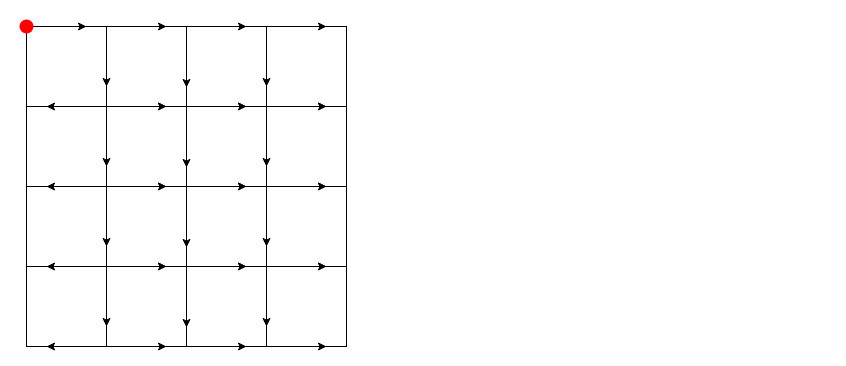
Above: TCCL/MESH_REDUCE.drawio in BEYHHH/SBLP (draw.io), before the change. Source tidied: cells renumbered, new cells numbered last; positions are measured from the earlier drawing's top-left corner, leaving out a move shared by most shapes. Both pictures are drawn from the tidied source at 100%, with x=0, y=0 at pixel (16, 16).
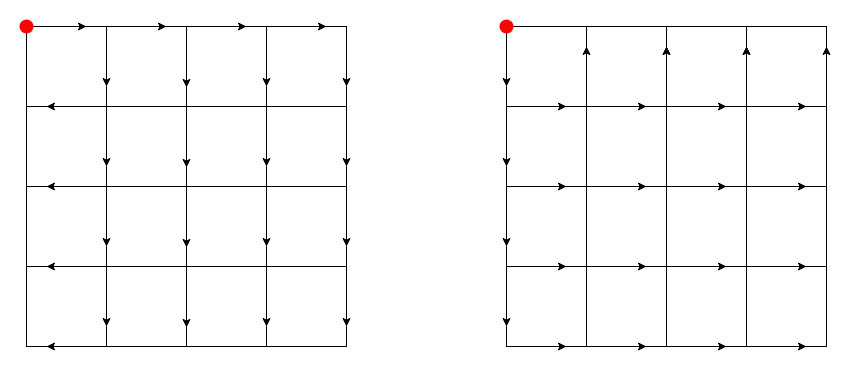
Above is the later version.

The change refers to these unchanged cells:
```xml
<mxCell id="17" style="rounded=0;whiteSpace=wrap;html=1;" parent="1" vertex="1">
  <mxGeometry x="90" y="90" width="80" height="80" as="geometry" />
</mxCell>
<mxCell id="20" style="rounded=0;whiteSpace=wrap;html=1;" parent="1" vertex="1">
  <mxGeometry x="170" y="90" width="80" height="80" as="geometry" />
</mxCell>
<mxCell id="23" style="rounded=0;whiteSpace=wrap;html=1;" parent="1" vertex="1">
  <mxGeometry x="250" y="90" width="80" height="80" as="geometry" />
</mxCell>
<mxCell id="30" style="rounded=0;whiteSpace=wrap;html=1;" parent="1" vertex="1">
  <mxGeometry x="90" y="170" width="80" height="80" as="geometry" />
</mxCell>
<mxCell id="33" style="rounded=0;whiteSpace=wrap;html=1;" parent="1" vertex="1">
  <mxGeometry x="170" y="170" width="80" height="80" as="geometry" />
</mxCell>
<mxCell id="36" style="rounded=0;whiteSpace=wrap;html=1;" parent="1" vertex="1">
  <mxGeometry x="250" y="170" width="80" height="80" as="geometry" />
</mxCell>
<mxCell id="43" style="rounded=0;whiteSpace=wrap;html=1;" parent="1" vertex="1">
  <mxGeometry x="90" y="250" width="80" height="80" as="geometry" />
</mxCell>
<mxCell id="46" style="rounded=0;whiteSpace=wrap;html=1;" parent="1" vertex="1">
  <mxGeometry x="170" y="250" width="80" height="80" as="geometry" />
</mxCell>
<mxCell id="49" style="rounded=0;whiteSpace=wrap;html=1;" parent="1" vertex="1">
  <mxGeometry x="250" y="250" width="80" height="80" as="geometry" />
</mxCell>
```

What changed in the source:
```diff
@@
-    <mxCell id="6" style="endArrow=classic;html=1;rounded=0;entryX=0.75;entryY=0;entryDx=0;entryDy=0;exitX=0.25;exitY=0;exitDx=0;exitDy=0;" parent="1" edge="1">
-      <mxGeometry relative="1" as="geometry">
-        <mxPoint x="110" y="90" as="sourcePoint" />
-        <mxPoint x="150" y="90" as="targetPoint" />
-      </mxGeometry>
-    </mxCell>
@@
-    <mxCell id="9" style="endArrow=classic;html=1;rounded=0;entryX=0.75;entryY=0;entryDx=0;entryDy=0;exitX=0.25;exitY=0;exitDx=0;exitDy=0;" parent="1" edge="1">
-      <mxGeometry relative="1" as="geometry">
-        <mxPoint x="190" y="90" as="sourcePoint" />
-        <mxPoint x="230" y="90" as="targetPoint" />
-      </mxGeometry>
-    </mxCell>
@@
-    <mxCell id="12" style="endArrow=classic;html=1;rounded=0;entryX=0.75;entryY=0;entryDx=0;entryDy=0;exitX=0.25;exitY=0;exitDx=0;exitDy=0;" parent="1" edge="1">
-      <mxGeometry relative="1" as="geometry">
-        <mxPoint x="270" y="90" as="sourcePoint" />
-        <mxPoint x="310" y="90" as="targetPoint" />
-      </mxGeometry>
-    </mxCell>
@@
-    <mxCell id="18" style="endArrow=classic;html=1;rounded=0;entryX=0.75;entryY=0;entryDx=0;entryDy=0;exitX=0.25;exitY=0;exitDx=0;exitDy=0;" parent="1" edge="1" source="17" target="17">
-      <mxGeometry relative="1" as="geometry" />
-    </mxCell>
-    <mxCell id="19" style="endArrow=classic;html=1;rounded=0;entryX=0.75;entryY=0;entryDx=0;entryDy=0;exitX=0.25;exitY=0;exitDx=0;exitDy=0;" parent="1" edge="1">
-      <mxGeometry relative="1" as="geometry">
-        <mxPoint x="110" y="170" as="sourcePoint" />
-        <mxPoint x="150" y="170" as="targetPoint" />
-      </mxGeometry>
-    </mxCell>
@@
-    <mxCell id="21" style="endArrow=classic;html=1;rounded=0;entryX=0.75;entryY=0;entryDx=0;entryDy=0;exitX=0.25;exitY=0;exitDx=0;exitDy=0;" parent="1" edge="1" source="20" target="20">
-      <mxGeometry relative="1" as="geometry" />
-    </mxCell>
-    <mxCell id="22" style="endArrow=classic;html=1;rounded=0;entryX=0.75;entryY=0;entryDx=0;entryDy=0;exitX=0.25;exitY=0;exitDx=0;exitDy=0;" parent="1" edge="1">
-      <mxGeometry relative="1" as="geometry">
-        <mxPoint x="190" y="170" as="sourcePoint" />
-        <mxPoint x="230" y="170" as="targetPoint" />
-      </mxGeometry>
-    </mxCell>
@@
-    <mxCell id="24" style="endArrow=classic;html=1;rounded=0;entryX=0.75;entryY=0;entryDx=0;entryDy=0;exitX=0.25;exitY=0;exitDx=0;exitDy=0;" parent="1" edge="1" source="23" target="23">
-      <mxGeometry relative="1" as="geometry" />
-    </mxCell>
-    <mxCell id="25" style="endArrow=classic;html=1;rounded=0;entryX=0.75;entryY=0;entryDx=0;entryDy=0;exitX=0.25;exitY=0;exitDx=0;exitDy=0;" parent="1" edge="1">
-      <mxGeometry relative="1" as="geometry">
-        <mxPoint x="270" y="170" as="sourcePoint" />
-        <mxPoint x="310" y="170" as="targetPoint" />
-      </mxGeometry>
-    </mxCell>
@@
-    <mxCell id="31" style="endArrow=classic;html=1;rounded=0;entryX=0.75;entryY=0;entryDx=0;entryDy=0;exitX=0.25;exitY=0;exitDx=0;exitDy=0;" parent="1" edge="1" source="30" target="30">
-      <mxGeometry relative="1" as="geometry" />
-    </mxCell>
-    <mxCell id="32" style="endArrow=classic;html=1;rounded=0;entryX=0.75;entryY=0;entryDx=0;entryDy=0;exitX=0.25;exitY=0;exitDx=0;exitDy=0;" parent="1" edge="1">
-      <mxGeometry relative="1" as="geometry">
-        <mxPoint x="110" y="250" as="sourcePoint" />
-        <mxPoint x="150" y="250" as="targetPoint" />
-      </mxGeometry>
-    </mxCell>
@@
-    <mxCell id="34" style="endArrow=classic;html=1;rounded=0;entryX=0.75;entryY=0;entryDx=0;entryDy=0;exitX=0.25;exitY=0;exitDx=0;exitDy=0;" parent="1" edge="1" source="33" target="33">
-      <mxGeometry relative="1" as="geometry" />
-    </mxCell>
-    <mxCell id="35" style="endArrow=classic;html=1;rounded=0;entryX=0.75;entryY=0;entryDx=0;entryDy=0;exitX=0.25;exitY=0;exitDx=0;exitDy=0;" parent="1" edge="1">
-      <mxGeometry relative="1" as="geometry">
-        <mxPoint x="190" y="250" as="sourcePoint" />
-        <mxPoint x="230" y="250" as="targetPoint" />
-      </mxGeometry>
-    </mxCell>
@@
-    <mxCell id="37" style="endArrow=classic;html=1;rounded=0;entryX=0.75;entryY=0;entryDx=0;entryDy=0;exitX=0.25;exitY=0;exitDx=0;exitDy=0;" parent="1" edge="1" source="36" target="36">
-      <mxGeometry relative="1" as="geometry" />
-    </mxCell>
-    <mxCell id="38" style="endArrow=classic;html=1;rounded=0;entryX=0.75;entryY=0;entryDx=0;entryDy=0;exitX=0.25;exitY=0;exitDx=0;exitDy=0;" parent="1" edge="1">
-      <mxGeometry relative="1" as="geometry">
-        <mxPoint x="270" y="250" as="sourcePoint" />
-        <mxPoint x="310" y="250" as="targetPoint" />
-      </mxGeometry>
-    </mxCell>
@@
-    <mxCell id="44" style="endArrow=classic;html=1;rounded=0;entryX=0.75;entryY=0;entryDx=0;entryDy=0;exitX=0.25;exitY=0;exitDx=0;exitDy=0;" parent="1" edge="1" source="43" target="43">
-      <mxGeometry relative="1" as="geometry" />
-    </mxCell>
-    <mxCell id="45" style="endArrow=classic;html=1;rounded=0;entryX=0.75;entryY=0;entryDx=0;entryDy=0;exitX=0.25;exitY=0;exitDx=0;exitDy=0;" parent="1" edge="1">
-      <mxGeometry relative="1" as="geometry">
-        <mxPoint x="110" y="330" as="sourcePoint" />
-        <mxPoint x="150" y="330" as="targetPoint" />
-      </mxGeometry>
-    </mxCell>
@@
-    <mxCell id="47" style="endArrow=classic;html=1;rounded=0;entryX=0.75;entryY=0;entryDx=0;entryDy=0;exitX=0.25;exitY=0;exitDx=0;exitDy=0;" parent="1" edge="1" source="46" target="46">
-      <mxGeometry relative="1" as="geometry" />
-    </mxCell>
-    <mxCell id="48" style="endArrow=classic;html=1;rounded=0;entryX=0.75;entryY=0;entryDx=0;entryDy=0;exitX=0.25;exitY=0;exitDx=0;exitDy=0;" parent="1" edge="1">
-      <mxGeometry relative="1" as="geometry">
-        <mxPoint x="190" y="330" as="sourcePoint" />
-        <mxPoint x="230" y="330" as="targetPoint" />
-      </mxGeometry>
-    </mxCell>
@@
-    <mxCell id="50" style="endArrow=classic;html=1;rounded=0;entryX=0.75;entryY=0;entryDx=0;entryDy=0;exitX=0.25;exitY=0;exitDx=0;exitDy=0;" parent="1" edge="1" source="49" target="49">
-      <mxGeometry relative="1" as="geometry" />
-    </mxCell>
-    <mxCell id="51" style="endArrow=classic;html=1;rounded=0;entryX=0.75;entryY=0;entryDx=0;entryDy=0;exitX=0.25;exitY=0;exitDx=0;exitDy=0;" parent="1" edge="1">
-      <mxGeometry relative="1" as="geometry">
-        <mxPoint x="270" y="330" as="sourcePoint" />
-        <mxPoint x="310" y="330" as="targetPoint" />
-      </mxGeometry>
-    </mxCell>
@@
+    <mxCell id="60" style="rounded=0;whiteSpace=wrap;html=1;" parent="1" vertex="1">
+      <mxGeometry x="490" y="10" width="80" height="80" as="geometry" />
+    </mxCell>
+    <mxCell id="61" style="shape=waypoint;sketch=0;fillStyle=solid;size=6;fillColor=#FF0000;perimeter=centerPerimeter;strokeColor=#FF0000;strokeWidth=5;" parent="1" vertex="1">
+      <mxGeometry x="480" width="20" height="20" as="geometry" />
+    </mxCell>
+    <mxCell id="62" style="rounded=0;whiteSpace=wrap;html=1;" parent="1" vertex="1">
+      <mxGeometry x="570" y="10" width="80" height="80" as="geometry" />
+    </mxCell>
+    <mxCell id="63" style="rounded=0;whiteSpace=wrap;html=1;" parent="1" vertex="1">
+      <mxGeometry x="650" y="10" width="80" height="80" as="geometry" />
+    </mxCell>
+    <mxCell id="64" style="rounded=0;whiteSpace=wrap;html=1;" parent="1" vertex="1">
+      <mxGeometry x="730" y="10" width="80" height="80" as="geometry" />
+    </mxCell>
+    <mxCell id="65" style="endArrow=classic;html=1;rounded=0;entryX=0;entryY=0.75;entryDx=0;entryDy=0;exitX=0;exitY=0.25;exitDx=0;exitDy=0;" parent="1" edge="1" source="60" target="60">
+      <mxGeometry relative="1" as="geometry" />
+    </mxCell>
+    <mxCell id="66" style="endArrow=classic;html=1;rounded=0;entryX=1;entryY=0.25;entryDx=0;entryDy=0;exitX=1;exitY=0.75;exitDx=0;exitDy=0;" parent="1" edge="1" source="60" target="60">
+      <mxGeometry relative="1" as="geometry" />
+    </mxCell>
+    <mxCell id="67" style="endArrow=classic;html=1;rounded=0;entryX=1;entryY=0.25;entryDx=0;entryDy=0;exitX=1;exitY=0.75;exitDx=0;exitDy=0;" parent="1" edge="1" source="62" target="62">
+      <mxGeometry relative="1" as="geometry" />
+    </mxCell>
+    <mxCell id="68" style="endArrow=classic;html=1;rounded=0;entryX=1;entryY=0.25;entryDx=0;entryDy=0;exitX=1;exitY=0.75;exitDx=0;exitDy=0;" parent="1" edge="1">
+      <mxGeometry relative="1" as="geometry">
+        <mxPoint x="650" y="70" as="sourcePoint" />
+        <mxPoint x="650" y="30" as="targetPoint" />
+      </mxGeometry>
+    </mxCell>
+    <mxCell id="69" style="endArrow=classic;html=1;rounded=0;entryX=1;entryY=0.25;entryDx=0;entryDy=0;exitX=1;exitY=0.75;exitDx=0;exitDy=0;" parent="1" edge="1" source="63" target="63">
+      <mxGeometry relative="1" as="geometry" />
+    </mxCell>
+    <mxCell id="70" style="endArrow=classic;html=1;rounded=0;entryX=1;entryY=0.25;entryDx=0;entryDy=0;exitX=1;exitY=0.75;exitDx=0;exitDy=0;" parent="1" edge="1">
+      <mxGeometry relative="1" as="geometry">
+        <mxPoint x="730" y="70" as="sourcePoint" />
+        <mxPoint x="730" y="30" as="targetPoint" />
+      </mxGeometry>
+    </mxCell>
+    <mxCell id="71" style="endArrow=classic;html=1;rounded=0;entryX=1;entryY=0.25;entryDx=0;entryDy=0;exitX=1;exitY=0.75;exitDx=0;exitDy=0;" parent="1" edge="1" source="64" target="64">
+      <mxGeometry relative="1" as="geometry" />
+    </mxCell>
+    <mxCell id="72" style="rounded=0;whiteSpace=wrap;html=1;" parent="1" vertex="1">
+      <mxGeometry x="570" y="170" width="80" height="80" as="geometry" />
+    </mxCell>
+    <mxCell id="73" style="rounded=0;whiteSpace=wrap;html=1;" parent="1" vertex="1">
+      <mxGeometry x="650" y="170" width="80" height="80" as="geometry" />
+    </mxCell>
+    <mxCell id="74" style="rounded=0;whiteSpace=wrap;html=1;" parent="1" vertex="1">
+      <mxGeometry x="730" y="170" width="80" height="80" as="geometry" />
+    </mxCell>
+    <mxCell id="75" style="rounded=0;whiteSpace=wrap;html=1;" parent="1" vertex="1">
+      <mxGeometry x="490" y="170" width="80" height="80" as="geometry" />
+    </mxCell>
+    <mxCell id="76" style="endArrow=classic;html=1;rounded=0;entryX=0;entryY=0.75;entryDx=0;entryDy=0;exitX=0;exitY=0.25;exitDx=0;exitDy=0;" parent="1" edge="1" source="75" target="75">
+      <mxGeometry relative="1" as="geometry" />
+    </mxCell>
+    <mxCell id="77" style="rounded=0;whiteSpace=wrap;html=1;" parent="1" vertex="1">
+      <mxGeometry x="570" y="90" width="80" height="80" as="geometry" />
+    </mxCell>
+    <mxCell id="78" style="rounded=0;whiteSpace=wrap;html=1;" parent="1" vertex="1">
+      <mxGeometry x="650" y="90" width="80" height="80" as="geometry" />
+    </mxCell>
+    <mxCell id="79" style="rounded=0;whiteSpace=wrap;html=1;" parent="1" vertex="1">
+      <mxGeometry x="730" y="90" width="80" height="80" as="geometry" />
+    </mxCell>
+    <mxCell id="80" style="rounded=0;whiteSpace=wrap;html=1;" parent="1" vertex="1">
+      <mxGeometry x="490" y="90" width="80" height="80" as="geometry" />
+    </mxCell>
+    <mxCell id="81" style="endArrow=classic;html=1;rounded=0;entryX=0;entryY=0.75;entryDx=0;entryDy=0;exitX=0;exitY=0.25;exitDx=0;exitDy=0;" parent="1" edge="1" source="80" target="80">
+      <mxGeometry relative="1" as="geometry" />
+    </mxCell>
+    <mxCell id="82" style="endArrow=classic;html=1;rounded=0;entryX=0.75;entryY=0;entryDx=0;entryDy=0;exitX=0.25;exitY=0;exitDx=0;exitDy=0;" parent="1" edge="1">
+      <mxGeometry relative="1" as="geometry">
+        <mxPoint x="670" y="90" as="sourcePoint" />
+        <mxPoint x="710" y="90" as="targetPoint" />
+      </mxGeometry>
+    </mxCell>
+    <mxCell id="83" style="endArrow=classic;html=1;rounded=0;entryX=0.75;entryY=0;entryDx=0;entryDy=0;exitX=0.25;exitY=0;exitDx=0;exitDy=0;" parent="1" edge="1">
+      <mxGeometry relative="1" as="geometry">
+        <mxPoint x="750" y="90" as="sourcePoint" />
+        <mxPoint x="790" y="90" as="targetPoint" />
+      </mxGeometry>
+    </mxCell>
+    <mxCell id="84" style="endArrow=classic;html=1;rounded=0;entryX=0.75;entryY=0;entryDx=0;entryDy=0;exitX=0.25;exitY=0;exitDx=0;exitDy=0;" parent="1" edge="1">
+      <mxGeometry relative="1" as="geometry">
+        <mxPoint x="510" y="90" as="sourcePoint" />
+        <mxPoint x="550" y="90" as="targetPoint" />
+      </mxGeometry>
+    </mxCell>
+    <mxCell id="85" style="endArrow=classic;html=1;rounded=0;entryX=0.75;entryY=0;entryDx=0;entryDy=0;exitX=0.25;exitY=0;exitDx=0;exitDy=0;" parent="1" edge="1">
+      <mxGeometry relative="1" as="geometry">
+        <mxPoint x="590" y="90" as="sourcePoint" />
+        <mxPoint x="630" y="90" as="targetPoint" />
+      </mxGeometry>
+    </mxCell>
+    <mxCell id="86" style="rounded=0;whiteSpace=wrap;html=1;" parent="1" vertex="1">
+      <mxGeometry x="570" y="250" width="80" height="80" as="geometry" />
+    </mxCell>
+    <mxCell id="87" style="rounded=0;whiteSpace=wrap;html=1;" parent="1" vertex="1">
+      <mxGeometry x="650" y="250" width="80" height="80" as="geometry" />
+    </mxCell>
+    <mxCell id="88" style="rounded=0;whiteSpace=wrap;html=1;" parent="1" vertex="1">
+      <mxGeometry x="730" y="250" width="80" height="80" as="geometry" />
+    </mxCell>
+    <mxCell id="89" style="rounded=0;whiteSpace=wrap;html=1;" parent="1" vertex="1">
+      <mxGeometry x="490" y="250" width="80" height="80" as="geometry" />
+    </mxCell>
+    <mxCell id="90" style="endArrow=classic;html=1;rounded=0;entryX=0;entryY=0.75;entryDx=0;entryDy=0;exitX=0;exitY=0.25;exitDx=0;exitDy=0;" parent="1" edge="1" source="89" target="89">
+      <mxGeometry relative="1" as="geometry" />
+    </mxCell>
+    <mxCell id="91" style="endArrow=classic;html=1;rounded=0;entryX=0.75;entryY=0;entryDx=0;entryDy=0;exitX=0.25;exitY=0;exitDx=0;exitDy=0;" parent="1" edge="1">
+      <mxGeometry relative="1" as="geometry">
+        <mxPoint x="670" y="250" as="sourcePoint" />
+        <mxPoint x="710" y="250" as="targetPoint" />
+      </mxGeometry>
+    </mxCell>
+    <mxCell id="92" style="endArrow=classic;html=1;rounded=0;entryX=0.75;entryY=0;entryDx=0;entryDy=0;exitX=0.25;exitY=0;exitDx=0;exitDy=0;" parent="1" edge="1">
+      <mxGeometry relative="1" as="geometry">
+        <mxPoint x="750" y="250" as="sourcePoint" />
+        <mxPoint x="790" y="250" as="targetPoint" />
+      </mxGeometry>
+    </mxCell>
+    <mxCell id="93" style="endArrow=classic;html=1;rounded=0;entryX=0.75;entryY=0;entryDx=0;entryDy=0;exitX=0.25;exitY=0;exitDx=0;exitDy=0;" parent="1" edge="1">
+      <mxGeometry relative="1" as="geometry">
+        <mxPoint x="510" y="250" as="sourcePoint" />
+        <mxPoint x="550" y="250" as="targetPoint" />
+      </mxGeometry>
+    </mxCell>
+    <mxCell id="94" style="endArrow=classic;html=1;rounded=0;entryX=0.75;entryY=0;entryDx=0;entryDy=0;exitX=0.25;exitY=0;exitDx=0;exitDy=0;" parent="1" edge="1">
+      <mxGeometry relative="1" as="geometry">
+        <mxPoint x="590" y="250" as="sourcePoint" />
+        <mxPoint x="630" y="250" as="targetPoint" />
+      </mxGeometry>
+    </mxCell>
+    <mxCell id="95" style="endArrow=classic;html=1;rounded=0;entryX=0.75;entryY=0;entryDx=0;entryDy=0;exitX=0.25;exitY=0;exitDx=0;exitDy=0;" parent="1" edge="1">
+      <mxGeometry relative="1" as="geometry">
+        <mxPoint x="670" y="170" as="sourcePoint" />
+        <mxPoint x="710" y="170" as="targetPoint" />
+      </mxGeometry>
+    </mxCell>
+    <mxCell id="96" style="endArrow=classic;html=1;rounded=0;entryX=0.75;entryY=0;entryDx=0;entryDy=0;exitX=0.25;exitY=0;exitDx=0;exitDy=0;" parent="1" edge="1">
+      <mxGeometry relative="1" as="geometry">
+        <mxPoint x="750" y="170" as="sourcePoint" />
+        <mxPoint x="790" y="170" as="targetPoint" />
+      </mxGeometry>
+    </mxCell>
+    <mxCell id="97" style="endArrow=classic;html=1;rounded=0;entryX=0.75;entryY=0;entryDx=0;entryDy=0;exitX=0.25;exitY=0;exitDx=0;exitDy=0;" parent="1" edge="1">
+      <mxGeometry relative="1" as="geometry">
+        <mxPoint x="510" y="170" as="sourcePoint" />
+        <mxPoint x="550" y="170" as="targetPoint" />
+      </mxGeometry>
+    </mxCell>
+    <mxCell id="98" style="endArrow=classic;html=1;rounded=0;entryX=0.75;entryY=0;entryDx=0;entryDy=0;exitX=0.25;exitY=0;exitDx=0;exitDy=0;" parent="1" edge="1">
+      <mxGeometry relative="1" as="geometry">
+        <mxPoint x="590" y="170" as="sourcePoint" />
+        <mxPoint x="630" y="170" as="targetPoint" />
+      </mxGeometry>
+    </mxCell>
+    <mxCell id="99" style="endArrow=classic;html=1;rounded=0;entryX=0.75;entryY=0;entryDx=0;entryDy=0;exitX=0.25;exitY=0;exitDx=0;exitDy=0;" parent="1" edge="1">
+      <mxGeometry relative="1" as="geometry">
+        <mxPoint x="670" y="330" as="sourcePoint" />
+        <mxPoint x="710" y="330" as="targetPoint" />
+      </mxGeometry>
+    </mxCell>
+    <mxCell id="100" style="endArrow=classic;html=1;rounded=0;entryX=0.75;entryY=0;entryDx=0;entryDy=0;exitX=0.25;exitY=0;exitDx=0;exitDy=0;" parent="1" edge="1">
+      <mxGeometry relative="1" as="geometry">
+        <mxPoint x="750" y="330" as="sourcePoint" />
+        <mxPoint x="790" y="330" as="targetPoint" />
+      </mxGeometry>
+    </mxCell>
+    <mxCell id="101" style="endArrow=classic;html=1;rounded=0;entryX=0.75;entryY=0;entryDx=0;entryDy=0;exitX=0.25;exitY=0;exitDx=0;exitDy=0;" parent="1" edge="1">
+      <mxGeometry relative="1" as="geometry">
+        <mxPoint x="510" y="330" as="sourcePoint" />
+        <mxPoint x="550" y="330" as="targetPoint" />
+      </mxGeometry>
+    </mxCell>
+    <mxCell id="102" style="endArrow=classic;html=1;rounded=0;entryX=0.75;entryY=0;entryDx=0;entryDy=0;exitX=0.25;exitY=0;exitDx=0;exitDy=0;" parent="1" edge="1">
+      <mxGeometry relative="1" as="geometry">
+        <mxPoint x="590" y="330" as="sourcePoint" />
+        <mxPoint x="630" y="330" as="targetPoint" />
+      </mxGeometry>
+    </mxCell>
+    <mxCell id="103" style="endArrow=classic;html=1;rounded=0;entryX=1;entryY=0.75;entryDx=0;entryDy=0;exitX=1;exitY=0.25;exitDx=0;exitDy=0;" parent="1" edge="1">
+      <mxGeometry relative="1" as="geometry">
+        <mxPoint x="330" y="30" as="sourcePoint" />
+        <mxPoint x="330" y="70" as="targetPoint" />
+      </mxGeometry>
+    </mxCell>
+    <mxCell id="104" style="endArrow=classic;html=1;rounded=0;entryX=1;entryY=0.75;entryDx=0;entryDy=0;exitX=1;exitY=0.25;exitDx=0;exitDy=0;" parent="1" edge="1">
+      <mxGeometry relative="1" as="geometry">
+        <mxPoint x="330" y="110" as="sourcePoint" />
+        <mxPoint x="330" y="150" as="targetPoint" />
+      </mxGeometry>
+    </mxCell>
+    <mxCell id="105" style="endArrow=classic;html=1;rounded=0;entryX=1;entryY=0.75;entryDx=0;entryDy=0;exitX=1;exitY=0.25;exitDx=0;exitDy=0;" parent="1" edge="1">
+      <mxGeometry relative="1" as="geometry">
+        <mxPoint x="330" y="190" as="sourcePoint" />
+        <mxPoint x="330" y="230" as="targetPoint" />
+      </mxGeometry>
+    </mxCell>
+    <mxCell id="106" style="endArrow=classic;html=1;rounded=0;entryX=1;entryY=0.75;entryDx=0;entryDy=0;exitX=1;exitY=0.25;exitDx=0;exitDy=0;" parent="1" edge="1">
+      <mxGeometry relative="1" as="geometry">
+        <mxPoint x="330" y="270" as="sourcePoint" />
+        <mxPoint x="330" y="310" as="targetPoint" />
+      </mxGeometry>
+    </mxCell>
```
